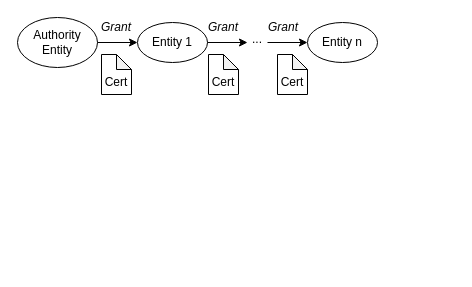
This is ChainPer.drawio from CBackyx/ImageHosting, a draw.io file, before an edit. Source tidied: cells renumbered, new cells numbered last; positions are measured from the earlier drawing's top-left corner, leaving out a move shared by most shapes. Both pictures are drawn from the tidied source at 100%, with x=0, y=0 at pixel (17, 17).
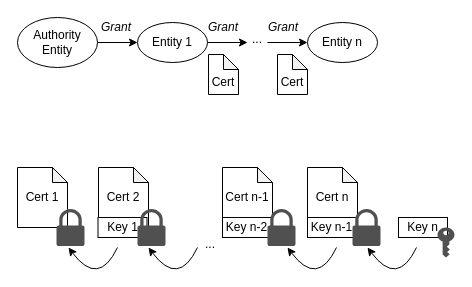
Above is the later version.

Diff of the diagram source:
```diff
@@
+    <mxCell id="15" value="Key n" style="rounded=0;whiteSpace=wrap;html=1;" parent="1" vertex="1">
+      <mxGeometry x="381" y="200" width="49" height="20" as="geometry" />
+    </mxCell>
@@
-    <mxCell id="12" value="&lt;br&gt;Cert" style="shape=note;whiteSpace=wrap;html=1;backgroundOutline=1;darkOpacity=0.05;size=15;" parent="1" vertex="1">
-      <mxGeometry x="84" y="37" width="30" height="40" as="geometry" />
+    <mxCell id="12" value="Cert 1" style="shape=note;whiteSpace=wrap;html=1;backgroundOutline=1;darkOpacity=0.05;size=15;" parent="1" vertex="1">
+      <mxGeometry y="150" width="50" height="60" as="geometry" />
     </mxCell>
@@
+    <mxCell id="16" value="Cert 2" style="shape=note;whiteSpace=wrap;html=1;backgroundOutline=1;darkOpacity=0.05;size=15;" parent="1" vertex="1">
+      <mxGeometry x="81" y="150" width="50" height="60" as="geometry" />
+    </mxCell>
+    <mxCell id="17" value="Cert n-1" style="shape=note;whiteSpace=wrap;html=1;backgroundOutline=1;darkOpacity=0.05;size=15;" parent="1" vertex="1">
+      <mxGeometry x="205" y="150" width="50" height="60" as="geometry" />
+    </mxCell>
+    <mxCell id="18" value="Key 1" style="rounded=0;whiteSpace=wrap;html=1;" parent="1" vertex="1">
+      <mxGeometry x="80.5" y="200" width="49" height="20" as="geometry" />
+    </mxCell>
+    <mxCell id="19" value="Key n-2" style="rounded=0;whiteSpace=wrap;html=1;" parent="1" vertex="1">
+      <mxGeometry x="205" y="200" width="49" height="20" as="geometry" />
+    </mxCell>
+    <mxCell id="20" value="Cert n" style="shape=note;whiteSpace=wrap;html=1;backgroundOutline=1;darkOpacity=0.05;size=15;" parent="1" vertex="1">
+      <mxGeometry x="290" y="150" width="50" height="60" as="geometry" />
+    </mxCell>
+    <mxCell id="21" value="Key n-1" style="rounded=0;whiteSpace=wrap;html=1;" parent="1" vertex="1">
+      <mxGeometry x="290" y="200" width="49" height="20" as="geometry" />
+    </mxCell>
+    <mxCell id="22" style="sketch=0;shadow=0;dashed=0;html=1;strokeColor=none;fillColor=#505050;labelPosition=center;verticalLabelPosition=bottom;verticalAlign=top;align=center;shape=mxgraph.office.security.lock_protected;" parent="1" vertex="1">
+      <mxGeometry x="39" y="191.5" width="28" height="37" as="geometry" />
+    </mxCell>
+    <mxCell id="23" style="sketch=0;shadow=0;dashed=0;html=1;strokeColor=none;fillColor=#505050;labelPosition=center;verticalLabelPosition=bottom;verticalAlign=top;align=center;shape=mxgraph.office.security.lock_protected;" parent="1" vertex="1">
+      <mxGeometry x="120" y="191.5" width="28" height="37" as="geometry" />
+    </mxCell>
+    <mxCell id="24" style="sketch=0;shadow=0;dashed=0;html=1;strokeColor=none;fillColor=#505050;labelPosition=center;verticalLabelPosition=bottom;verticalAlign=top;align=center;shape=mxgraph.office.security.lock_protected;" parent="1" vertex="1">
+      <mxGeometry x="250" y="191.5" width="28" height="37" as="geometry" />
+    </mxCell>
+    <mxCell id="25" style="sketch=0;shadow=0;dashed=0;html=1;strokeColor=none;fillColor=#505050;labelPosition=center;verticalLabelPosition=bottom;verticalAlign=top;align=center;shape=mxgraph.office.security.lock_protected;" parent="1" vertex="1">
+      <mxGeometry x="335" y="191.5" width="28" height="37" as="geometry" />
+    </mxCell>
+    <mxCell id="26" style="sketch=0;shadow=0;dashed=0;html=1;strokeColor=none;fillColor=#505050;labelPosition=center;verticalLabelPosition=bottom;verticalAlign=top;align=center;shape=mxgraph.office.security.key_permissions;" parent="1" vertex="1">
+      <mxGeometry x="420" y="210" width="17" height="30" as="geometry" />
+    </mxCell>
+    <mxCell id="27" style="curved=1;endArrow=classic;html=1;rounded=0;" parent="1" edge="1">
+      <mxGeometry relative="1" as="geometry">
+        <mxPoint x="100" y="230" as="sourcePoint" />
+        <mxPoint x="51" y="230" as="targetPoint" />
+        <Array as="points">
+          <mxPoint x="81" y="270" />
+        </Array>
+      </mxGeometry>
+    </mxCell>
+    <mxCell id="28" style="curved=1;endArrow=classic;html=1;rounded=0;" parent="1" edge="1">
+      <mxGeometry relative="1" as="geometry">
+        <mxPoint x="319" y="230" as="sourcePoint" />
+        <mxPoint x="270" y="230" as="targetPoint" />
+        <Array as="points">
+          <mxPoint x="300" y="270" />
+        </Array>
+      </mxGeometry>
+    </mxCell>
+    <mxCell id="29" style="curved=1;endArrow=classic;html=1;rounded=0;" parent="1" edge="1">
+      <mxGeometry relative="1" as="geometry">
+        <mxPoint x="399" y="230" as="sourcePoint" />
+        <mxPoint x="350" y="230" as="targetPoint" />
+        <Array as="points">
+          <mxPoint x="380" y="270" />
+        </Array>
+      </mxGeometry>
+    </mxCell>
+    <mxCell id="30" style="curved=1;endArrow=classic;html=1;rounded=0;" parent="1" edge="1">
+      <mxGeometry relative="1" as="geometry">
+        <mxPoint x="180" y="230" as="sourcePoint" />
+        <mxPoint x="131" y="230" as="targetPoint" />
+        <Array as="points">
+          <mxPoint x="161" y="270" />
+        </Array>
+      </mxGeometry>
+    </mxCell>
+    <mxCell id="31" value="..." style="text;html=1;strokeColor=none;fillColor=none;align=center;verticalAlign=middle;whiteSpace=wrap;rounded=0;" parent="1" vertex="1">
+      <mxGeometry x="163" y="212" width="60" height="30" as="geometry" />
+    </mxCell>
```
